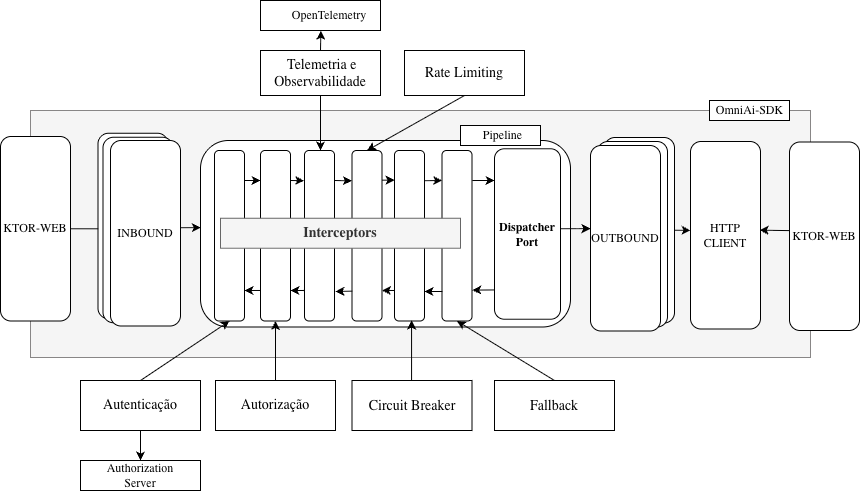
OmniAI-Gateway/project-management keeps this draw.io diagram as docs/relatorio/images/Arqui.png. Above is the earlier version. Source tidied: cells renumbered, new cells last; positions are measured from the earlier drawing's top-left corner, leaving out a move shared by most shapes. The source it was exported from:
```xml
<mxGraphModel>
  <root>
    <mxCell id="0" />
    <mxCell id="1" parent="0" />
    <mxCell id="2" style="rounded=0;whiteSpace=wrap;html=1;fillColor=#f5f5f5;strokeColor=light-dark(#888686, #959595);fontColor=#333333;" parent="1" vertex="1">
      <mxGeometry x="30" y="110" width="780" height="247" as="geometry" />
    </mxCell>
    <mxCell id="3" style="rounded=1;whiteSpace=wrap;html=1;" parent="1" vertex="1">
      <mxGeometry x="200" y="140" width="370" height="186.5" as="geometry" />
    </mxCell>
    <mxCell id="4" style="rounded=1;whiteSpace=wrap;html=1;" parent="1" vertex="1">
      <mxGeometry x="351.5" y="150" width="30" height="170.5" as="geometry" />
    </mxCell>
    <mxCell id="5" value="&lt;b&gt;&lt;font style=&quot;font-size: 12px;&quot; face=&quot;Computer Modern&quot;&gt;Dispatcher&lt;br&gt;Port&lt;/font&gt;&lt;/b&gt;" style="rounded=1;whiteSpace=wrap;html=1;" parent="1" vertex="1">
      <mxGeometry x="494" y="148.2" width="66" height="170.5" as="geometry" />
    </mxCell>
    <mxCell id="6" style="endArrow=classic;html=1;rounded=0;exitX=0.5;exitY=0;exitDx=0;exitDy=0;entryX=0.5;entryY=1;entryDx=0;entryDy=0;" parent="1" edge="1" source="7" target="26">
      <mxGeometry relative="1" as="geometry" />
    </mxCell>
    <mxCell id="7" value="&lt;font face=&quot;Computer Modern&quot; style=&quot;font-size: 14px;&quot;&gt;Autenticação&lt;/font&gt;" style="rounded=0;whiteSpace=wrap;html=1;" parent="1" vertex="1">
      <mxGeometry x="80" y="380" width="120" height="50" as="geometry" />
    </mxCell>
    <mxCell id="8" value="&lt;font face=&quot;Computer Modern&quot;&gt;&lt;span style=&quot;font-size: 14px;&quot;&gt;&amp;nbsp;Telemetria e Observabilidade&lt;/span&gt;&lt;/font&gt;" style="rounded=0;whiteSpace=wrap;html=1;" parent="1" vertex="1">
      <mxGeometry x="260" y="50" width="120" height="45" as="geometry" />
    </mxCell>
    <mxCell id="9" value="&lt;font face=&quot;Computer Modern&quot;&gt;KTOR-WEB&lt;/font&gt;" style="rounded=1;whiteSpace=wrap;html=1;" parent="1" vertex="1">
      <mxGeometry y="136" width="70" height="184.5" as="geometry" />
    </mxCell>
    <mxCell id="10" value="&lt;font face=&quot;Computer Modern&quot;&gt;HTTP&lt;/font&gt;&lt;div&gt;&lt;font face=&quot;Computer Modern&quot;&gt;CLIENT&lt;/font&gt;&lt;/div&gt;" style="rounded=1;whiteSpace=wrap;html=1;" parent="1" vertex="1">
      <mxGeometry x="690" y="141" width="70" height="187.5" as="geometry" />
    </mxCell>
    <mxCell id="11" style="rounded=0;whiteSpace=wrap;html=1;" parent="1" vertex="1">
      <mxGeometry x="260" width="120" height="30" as="geometry" />
    </mxCell>
    <mxCell id="12" value="&lt;font face=&quot;Computer Modern&quot;&gt;OpenTelemetry&lt;/font&gt;" style="text;html=1;whiteSpace=wrap;align=center;verticalAlign=middle;rounded=0;" parent="1" vertex="1">
      <mxGeometry x="299" width="60" height="30" as="geometry" />
    </mxCell>
    <mxCell id="13" style="rounded=0;whiteSpace=wrap;html=1;" parent="1" vertex="1">
      <mxGeometry x="80" y="460" width="120" height="30" as="geometry" />
    </mxCell>
    <mxCell id="14" value="&lt;font face=&quot;Computer Modern&quot;&gt;Authorization Server&lt;/font&gt;" style="text;html=1;whiteSpace=wrap;strokeColor=none;fillColor=none;align=center;verticalAlign=middle;rounded=0;" parent="1" vertex="1">
      <mxGeometry x="110" y="460" width="60" height="30" as="geometry" />
    </mxCell>
    <mxCell id="15" style="endArrow=classic;html=1;rounded=0;exitX=0.5;exitY=0;exitDx=0;exitDy=0;entryX=0.356;entryY=1.008;entryDx=0;entryDy=0;entryPerimeter=0;" parent="1" edge="1" source="8" target="12">
      <mxGeometry relative="1" as="geometry" />
    </mxCell>
    <mxCell id="16" style="rounded=0;whiteSpace=wrap;html=1;" parent="1" vertex="1">
      <mxGeometry x="709" y="100" width="80" height="20" as="geometry" />
    </mxCell>
    <mxCell id="17" value="&lt;font face=&quot;Computer Modern&quot;&gt;OmniAi-SDK&lt;/font&gt;" style="text;html=1;whiteSpace=wrap;strokeColor=none;fillColor=none;align=center;verticalAlign=middle;rounded=0;" parent="1" vertex="1">
      <mxGeometry x="706.5" y="95" width="85" height="30" as="geometry" />
    </mxCell>
    <mxCell id="18" style="rounded=0;whiteSpace=wrap;html=1;" parent="1" vertex="1">
      <mxGeometry x="460" y="125" width="80" height="20" as="geometry" />
    </mxCell>
    <mxCell id="19" value="&lt;font face=&quot;Computer Modern&quot;&gt;Pipeline&lt;/font&gt;" style="text;html=1;whiteSpace=wrap;strokeColor=none;fillColor=none;align=center;verticalAlign=middle;rounded=0;" parent="1" vertex="1">
      <mxGeometry x="460" y="120" width="85" height="30" as="geometry" />
    </mxCell>
    <mxCell id="20" style="rounded=1;whiteSpace=wrap;html=1;" parent="1" vertex="1">
      <mxGeometry x="604" y="137" width="70" height="185.5" as="geometry" />
    </mxCell>
    <mxCell id="21" style="rounded=1;whiteSpace=wrap;html=1;" parent="1" vertex="1">
      <mxGeometry x="597" y="141" width="70" height="185.5" as="geometry" />
    </mxCell>
    <mxCell id="22" value="&lt;font face=&quot;Computer Modern&quot;&gt;OUTBOUND&lt;/font&gt;" style="rounded=1;whiteSpace=wrap;html=1;" parent="1" vertex="1">
      <mxGeometry x="590" y="145" width="70" height="185.5" as="geometry" />
    </mxCell>
    <mxCell id="23" style="rounded=1;whiteSpace=wrap;html=1;" parent="1" vertex="1">
      <mxGeometry x="97.5" y="132.8" width="70" height="185.5" as="geometry" />
    </mxCell>
    <mxCell id="24" style="rounded=1;whiteSpace=wrap;html=1;" parent="1" vertex="1">
      <mxGeometry x="102.5" y="136.8" width="70" height="185.5" as="geometry" />
    </mxCell>
    <mxCell id="25" value="&lt;font face=&quot;Computer Modern&quot;&gt;INBOUND&lt;/font&gt;" style="rounded=1;whiteSpace=wrap;html=1;" parent="1" vertex="1">
      <mxGeometry x="110" y="140" width="70" height="185.5" as="geometry" />
    </mxCell>
    <mxCell id="26" style="rounded=1;whiteSpace=wrap;html=1;" parent="1" vertex="1">
      <mxGeometry x="214" y="150" width="30" height="170.5" as="geometry" />
    </mxCell>
    <mxCell id="27" style="rounded=1;whiteSpace=wrap;html=1;" parent="1" vertex="1">
      <mxGeometry x="260" y="150" width="30" height="170.5" as="geometry" />
    </mxCell>
    <mxCell id="28" style="rounded=1;whiteSpace=wrap;html=1;" parent="1" vertex="1">
      <mxGeometry x="304" y="150" width="30" height="170.5" as="geometry" />
    </mxCell>
    <mxCell id="29" style="rounded=1;whiteSpace=wrap;html=1;" parent="1" vertex="1">
      <mxGeometry x="394" y="150" width="30" height="170.5" as="geometry" />
    </mxCell>
    <mxCell id="30" style="rounded=1;whiteSpace=wrap;html=1;" parent="1" vertex="1">
      <mxGeometry x="441.5" y="150" width="30" height="170.5" as="geometry" />
    </mxCell>
    <mxCell id="31" value="&lt;b&gt;&lt;font face=&quot;Computer Modern&quot; style=&quot;font-size: 14px;&quot;&gt;Interceptors&lt;/font&gt;&lt;/b&gt;" style="text;html=1;whiteSpace=wrap;align=center;verticalAlign=middle;rounded=0;fillColor=#f5f5f5;fontColor=#333333;strokeColor=#666666;" parent="1" vertex="1">
      <mxGeometry x="220" y="217.8" width="240" height="30" as="geometry" />
    </mxCell>
    <mxCell id="32" style="endArrow=classic;html=1;rounded=0;entryX=0.5;entryY=1;entryDx=0;entryDy=0;exitX=0.5;exitY=1;exitDx=0;exitDy=0;" parent="1" edge="1" source="8">
      <mxGeometry relative="1" as="geometry">
        <mxPoint x="320" y="150" as="targetPoint" />
      </mxGeometry>
    </mxCell>
    <mxCell id="33" value="&lt;font face=&quot;Computer Modern&quot; style=&quot;font-size: 14px;&quot;&gt;Autorização&lt;/font&gt;" style="rounded=0;whiteSpace=wrap;html=1;" parent="1" vertex="1">
      <mxGeometry x="215" y="380" width="120" height="50" as="geometry" />
    </mxCell>
    <mxCell id="34" style="endArrow=classic;html=1;rounded=0;exitX=0.5;exitY=1;exitDx=0;exitDy=0;entryX=0.5;entryY=0;entryDx=0;entryDy=0;" parent="1" edge="1" source="7" target="14">
      <mxGeometry relative="1" as="geometry" />
    </mxCell>
    <mxCell id="35" value="&lt;font face=&quot;Computer Modern&quot; style=&quot;font-size: 14px;&quot;&gt;Rate Limiting&lt;/font&gt;" style="rounded=0;whiteSpace=wrap;html=1;" parent="1" vertex="1">
      <mxGeometry x="404" y="50" width="120" height="45" as="geometry" />
    </mxCell>
    <mxCell id="36" style="endArrow=classic;html=1;rounded=0;entryX=0.5;entryY=0;entryDx=0;entryDy=0;exitX=0.5;exitY=1;exitDx=0;exitDy=0;" parent="1" edge="1" source="35" target="4">
      <mxGeometry relative="1" as="geometry" />
    </mxCell>
    <mxCell id="37" value="&lt;p class=&quot;p1&quot; style=&quot;margin: 0px; font-style: normal; font-variant: normal; font-size-adjust: none; font-language-override: normal; font-kerning: auto; font-optical-sizing: auto; font-feature-settings: normal; font-variation-settings: normal; font-stretch: normal; line-height: normal; text-align: start;&quot;&gt;&lt;font face=&quot;Computer Modern&quot; style=&quot;font-size: 14px;&quot;&gt;Circuit Breaker&lt;/font&gt;&lt;/p&gt;" style="rounded=0;whiteSpace=wrap;html=1;" parent="1" vertex="1">
      <mxGeometry x="351.5" y="380" width="120" height="50" as="geometry" />
    </mxCell>
    <mxCell id="38" style="endArrow=classic;html=1;rounded=0;" parent="1" edge="1">
      <mxGeometry relative="1" as="geometry">
        <mxPoint x="411.1" y="380" as="sourcePoint" />
        <mxPoint x="411.1" y="320" as="targetPoint" />
      </mxGeometry>
    </mxCell>
    <mxCell id="39" value="&lt;p class=&quot;p1&quot; style=&quot;margin: 0px; font-variant-numeric: normal; font-variant-east-asian: normal; font-variant-alternates: normal; font-variant-position: normal; font-variant-emoji: normal; font-size-adjust: none; font-language-override: normal; font-kerning: auto; font-optical-sizing: auto; font-feature-settings: normal; font-variation-settings: normal; font-stretch: normal; line-height: normal; text-align: start;&quot;&gt;&lt;font face=&quot;Computer Modern&quot;&gt;&lt;span style=&quot;font-size: 14px;&quot;&gt;Fallback&lt;/span&gt;&lt;/font&gt;&lt;/p&gt;" style="rounded=0;whiteSpace=wrap;html=1;" parent="1" vertex="1">
      <mxGeometry x="494" y="380" width="120" height="50" as="geometry" />
    </mxCell>
    <mxCell id="40" style="endArrow=classic;html=1;rounded=0;entryX=0.5;entryY=1;entryDx=0;entryDy=0;exitX=0.5;exitY=0;exitDx=0;exitDy=0;" parent="1" edge="1" source="39" target="30">
      <mxGeometry relative="1" as="geometry" />
    </mxCell>
    <mxCell id="41" style="endArrow=classic;html=1;rounded=0;exitX=1.007;exitY=0.47;exitDx=0;exitDy=0;entryX=0.001;entryY=0.467;entryDx=0;entryDy=0;entryPerimeter=0;exitPerimeter=0;" parent="1" edge="1" source="25" target="3">
      <mxGeometry relative="1" as="geometry" />
    </mxCell>
    <mxCell id="42" style="endArrow=classic;html=1;rounded=0;exitX=1.008;exitY=0.466;exitDx=0;exitDy=0;exitPerimeter=0;" parent="1" edge="1">
      <mxGeometry relative="1" as="geometry">
        <mxPoint x="244" y="180" as="sourcePoint" />
        <mxPoint x="260" y="180" as="targetPoint" />
      </mxGeometry>
    </mxCell>
    <mxCell id="43" style="endArrow=classic;html=1;rounded=0;exitX=1.008;exitY=0.466;exitDx=0;exitDy=0;exitPerimeter=0;entryX=-0.012;entryY=0.177;entryDx=0;entryDy=0;entryPerimeter=0;" parent="1" edge="1" target="28">
      <mxGeometry relative="1" as="geometry">
        <mxPoint x="290" y="180" as="sourcePoint" />
      </mxGeometry>
    </mxCell>
    <mxCell id="44" style="endArrow=classic;html=1;rounded=0;exitX=1.008;exitY=0.466;exitDx=0;exitDy=0;exitPerimeter=0;entryX=-0.002;entryY=0.178;entryDx=0;entryDy=0;entryPerimeter=0;" parent="1" edge="1" target="4">
      <mxGeometry relative="1" as="geometry">
        <mxPoint x="334" y="180" as="sourcePoint" />
      </mxGeometry>
    </mxCell>
    <mxCell id="45" style="endArrow=classic;html=1;rounded=0;exitX=1.009;exitY=0.469;exitDx=0;exitDy=0;entryX=0;entryY=0.448;entryDx=0;entryDy=0;entryPerimeter=0;exitPerimeter=0;" parent="1" edge="1" source="5" target="22">
      <mxGeometry relative="1" as="geometry" />
    </mxCell>
    <mxCell id="46" style="endArrow=classic;html=1;rounded=0;exitX=1.002;exitY=0.174;exitDx=0;exitDy=0;exitPerimeter=0;entryX=-0.001;entryY=0.174;entryDx=0;entryDy=0;entryPerimeter=0;" parent="1" edge="1" source="4" target="29">
      <mxGeometry relative="1" as="geometry" />
    </mxCell>
    <mxCell id="47" style="endArrow=classic;html=1;rounded=0;exitX=1.009;exitY=0.177;exitDx=0;exitDy=0;exitPerimeter=0;entryX=0.005;entryY=0.176;entryDx=0;entryDy=0;entryPerimeter=0;" parent="1" edge="1" source="29" target="30">
      <mxGeometry relative="1" as="geometry" />
    </mxCell>
    <mxCell id="48" style="endArrow=classic;html=1;rounded=0;exitX=1.009;exitY=0.176;exitDx=0;exitDy=0;exitPerimeter=0;" parent="1" edge="1" source="30">
      <mxGeometry relative="1" as="geometry">
        <mxPoint x="494" y="180" as="targetPoint" />
      </mxGeometry>
    </mxCell>
    <mxCell id="49" style="endArrow=classic;html=1;rounded=0;exitX=-0.005;exitY=0.828;exitDx=0;exitDy=0;exitPerimeter=0;entryX=1.009;entryY=0.819;entryDx=0;entryDy=0;entryPerimeter=0;" parent="1" edge="1" source="5" target="30">
      <mxGeometry relative="1" as="geometry" />
    </mxCell>
    <mxCell id="50" style="endArrow=classic;html=1;rounded=0;entryX=1.009;entryY=0.819;entryDx=0;entryDy=0;entryPerimeter=0;exitX=0.012;exitY=0.827;exitDx=0;exitDy=0;exitPerimeter=0;" parent="1" edge="1" source="30">
      <mxGeometry relative="1" as="geometry">
        <mxPoint x="424" y="291" as="targetPoint" />
      </mxGeometry>
    </mxCell>
    <mxCell id="51" style="endArrow=classic;html=1;rounded=0;entryX=1.009;entryY=0.819;entryDx=0;entryDy=0;entryPerimeter=0;exitX=0.008;exitY=0.821;exitDx=0;exitDy=0;exitPerimeter=0;" parent="1" edge="1" source="29">
      <mxGeometry relative="1" as="geometry">
        <mxPoint x="381.5" y="290" as="targetPoint" />
      </mxGeometry>
    </mxCell>
    <mxCell id="52" style="endArrow=classic;html=1;rounded=0;exitX=0.006;exitY=0.825;exitDx=0;exitDy=0;exitPerimeter=0;" parent="1" edge="1" source="4">
      <mxGeometry relative="1" as="geometry">
        <mxPoint x="335" y="291" as="targetPoint" />
      </mxGeometry>
    </mxCell>
    <mxCell id="53" style="endArrow=classic;html=1;rounded=0;exitX=-0.02;exitY=0.821;exitDx=0;exitDy=0;exitPerimeter=0;" parent="1" edge="1" source="28">
      <mxGeometry relative="1" as="geometry">
        <mxPoint x="290" y="290" as="targetPoint" />
      </mxGeometry>
    </mxCell>
    <mxCell id="54" style="endArrow=classic;html=1;rounded=0;exitX=-0.02;exitY=0.821;exitDx=0;exitDy=0;exitPerimeter=0;" parent="1" edge="1">
      <mxGeometry relative="1" as="geometry">
        <mxPoint x="303" y="290" as="sourcePoint" />
        <mxPoint x="290" y="290" as="targetPoint" />
      </mxGeometry>
    </mxCell>
    <mxCell id="55" style="endArrow=classic;html=1;rounded=0;entryX=1;entryY=0.821;entryDx=0;entryDy=0;entryPerimeter=0;exitX=0.015;exitY=0.821;exitDx=0;exitDy=0;exitPerimeter=0;" parent="1" edge="1" source="27" target="26">
      <mxGeometry relative="1" as="geometry" />
    </mxCell>
    <mxCell id="56" style="endArrow=classic;html=1;rounded=0;entryX=0.001;entryY=0.474;entryDx=0;entryDy=0;entryPerimeter=0;exitX=1;exitY=0.5;exitDx=0;exitDy=0;" parent="1" edge="1" source="20" target="10">
      <mxGeometry relative="1" as="geometry" />
    </mxCell>
    <mxCell id="57" style="endArrow=none;html=1;rounded=0;entryX=1;entryY=0.5;entryDx=0;entryDy=0;exitX=0.002;exitY=0.515;exitDx=0;exitDy=0;exitPerimeter=0;" parent="1" edge="1" source="23" target="9">
      <mxGeometry relative="1" as="geometry" />
    </mxCell>
    <mxCell id="58" value="&lt;font face=&quot;Computer Modern&quot;&gt;KTOR-WEB&lt;/font&gt;" style="rounded=1;whiteSpace=wrap;html=1;" parent="1" vertex="1">
      <mxGeometry x="789" y="141.5" width="70" height="188.5" as="geometry" />
    </mxCell>
    <mxCell id="59" style="endArrow=classic;html=1;rounded=0;exitX=-0.004;exitY=0.47;exitDx=0;exitDy=0;exitPerimeter=0;entryX=0.987;entryY=0.473;entryDx=0;entryDy=0;entryPerimeter=0;" parent="1" edge="1" source="58" target="10">
      <mxGeometry relative="1" as="geometry" />
    </mxCell>
    <mxCell id="60" style="endArrow=classic;html=1;rounded=0;entryX=0.5;entryY=1;entryDx=0;entryDy=0;exitX=0.5;exitY=0;exitDx=0;exitDy=0;" parent="1" edge="1" source="33" target="27">
      <mxGeometry relative="1" as="geometry" />
    </mxCell>
  </root>
</mxGraphModel>
```
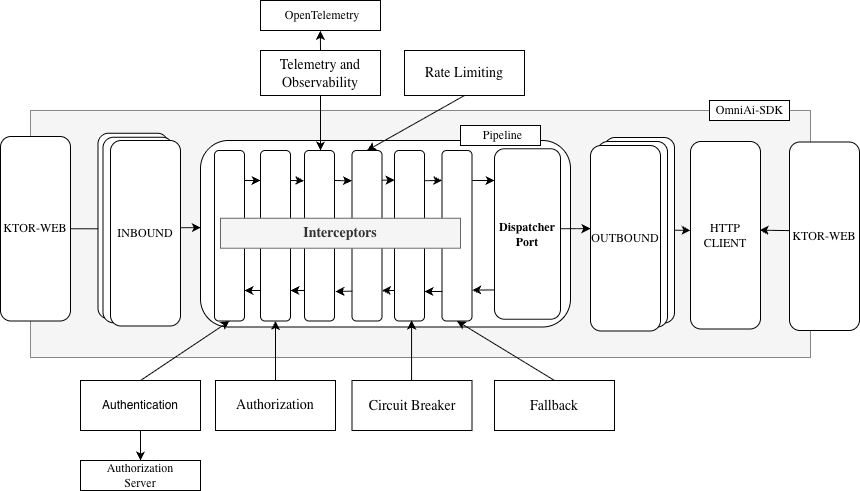
The same file after the commit.

What changed in the source:
```diff
@@ -17,10 +17,10 @@
     <mxCell id="6" style="endArrow=classic;html=1;rounded=0;exitX=0.5;exitY=0;exitDx=0;exitDy=0;entryX=0.5;entryY=1;entryDx=0;entryDy=0;" parent="1" edge="1" source="7" target="26">
       <mxGeometry relative="1" as="geometry" />
     </mxCell>
-    <mxCell id="7" value="&lt;font face=&quot;Computer Modern&quot; style=&quot;font-size: 14px;&quot;&gt;Autenticação&lt;/font&gt;" style="rounded=0;whiteSpace=wrap;html=1;" parent="1" vertex="1">
+    <mxCell id="7" value="Authentication" style="rounded=0;whiteSpace=wrap;html=1;" parent="1" vertex="1">
       <mxGeometry x="80" y="380" width="120" height="50" as="geometry" />
     </mxCell>
-    <mxCell id="8" value="&lt;font face=&quot;Computer Modern&quot;&gt;&lt;span style=&quot;font-size: 14px;&quot;&gt;&amp;nbsp;Telemetria e Observabilidade&lt;/span&gt;&lt;/font&gt;" style="rounded=0;whiteSpace=wrap;html=1;" parent="1" vertex="1">
+    <mxCell id="8" value="&lt;span style=&quot;font-size: 14px;&quot;&gt;&lt;font face=&quot;Computer Modern&quot;&gt;Telemetry and&lt;br&gt;Observability&lt;/font&gt;&lt;/span&gt;" style="rounded=0;whiteSpace=wrap;html=1;" parent="1" vertex="1">
       <mxGeometry x="260" y="50" width="120" height="45" as="geometry" />
     </mxCell>
     <mxCell id="9" value="&lt;font face=&quot;Computer Modern&quot;&gt;KTOR-WEB&lt;/font&gt;" style="rounded=1;whiteSpace=wrap;html=1;" parent="1" vertex="1">
@@ -33,7 +33,7 @@
       <mxGeometry x="260" width="120" height="30" as="geometry" />
     </mxCell>
     <mxCell id="12" value="&lt;font face=&quot;Computer Modern&quot;&gt;OpenTelemetry&lt;/font&gt;" style="text;html=1;whiteSpace=wrap;align=center;verticalAlign=middle;rounded=0;" parent="1" vertex="1">
-      <mxGeometry x="299" width="60" height="30" as="geometry" />
+      <mxGeometry x="291.5" width="60" height="30" as="geometry" />
     </mxCell>
     <mxCell id="13" style="rounded=0;whiteSpace=wrap;html=1;" parent="1" vertex="1">
       <mxGeometry x="80" y="460" width="120" height="30" as="geometry" />
@@ -41,7 +41,7 @@
     <mxCell id="14" value="&lt;font face=&quot;Computer Modern&quot;&gt;Authorization Server&lt;/font&gt;" style="text;html=1;whiteSpace=wrap;strokeColor=none;fillColor=none;align=center;verticalAlign=middle;rounded=0;" parent="1" vertex="1">
       <mxGeometry x="110" y="460" width="60" height="30" as="geometry" />
     </mxCell>
-    <mxCell id="15" style="endArrow=classic;html=1;rounded=0;exitX=0.5;exitY=0;exitDx=0;exitDy=0;entryX=0.356;entryY=1.008;entryDx=0;entryDy=0;entryPerimeter=0;" parent="1" edge="1" source="8" target="12">
+    <mxCell id="15" style="endArrow=classic;html=1;rounded=0;exitX=0.5;exitY=0;exitDx=0;exitDy=0;entryX=0.473;entryY=1.013;entryDx=0;entryDy=0;entryPerimeter=0;" parent="1" edge="1" source="8" target="12">
       <mxGeometry relative="1" as="geometry" />
     </mxCell>
     <mxCell id="16" style="rounded=0;whiteSpace=wrap;html=1;" parent="1" vertex="1">
@@ -97,7 +97,7 @@
         <mxPoint x="320" y="150" as="targetPoint" />
       </mxGeometry>
     </mxCell>
-    <mxCell id="33" value="&lt;font face=&quot;Computer Modern&quot; style=&quot;font-size: 14px;&quot;&gt;Autorização&lt;/font&gt;" style="rounded=0;whiteSpace=wrap;html=1;" parent="1" vertex="1">
+    <mxCell id="33" value="&lt;font face=&quot;Computer Modern&quot;&gt;&lt;span style=&quot;font-size: 14px;&quot;&gt;Authorization&lt;/span&gt;&lt;/font&gt;" style="rounded=0;whiteSpace=wrap;html=1;" parent="1" vertex="1">
       <mxGeometry x="215" y="380" width="120" height="50" as="geometry" />
     </mxCell>
     <mxCell id="34" style="endArrow=classic;html=1;rounded=0;exitX=0.5;exitY=1;exitDx=0;exitDy=0;entryX=0.5;entryY=0;entryDx=0;entryDy=0;" parent="1" edge="1" source="7" target="14">
```
